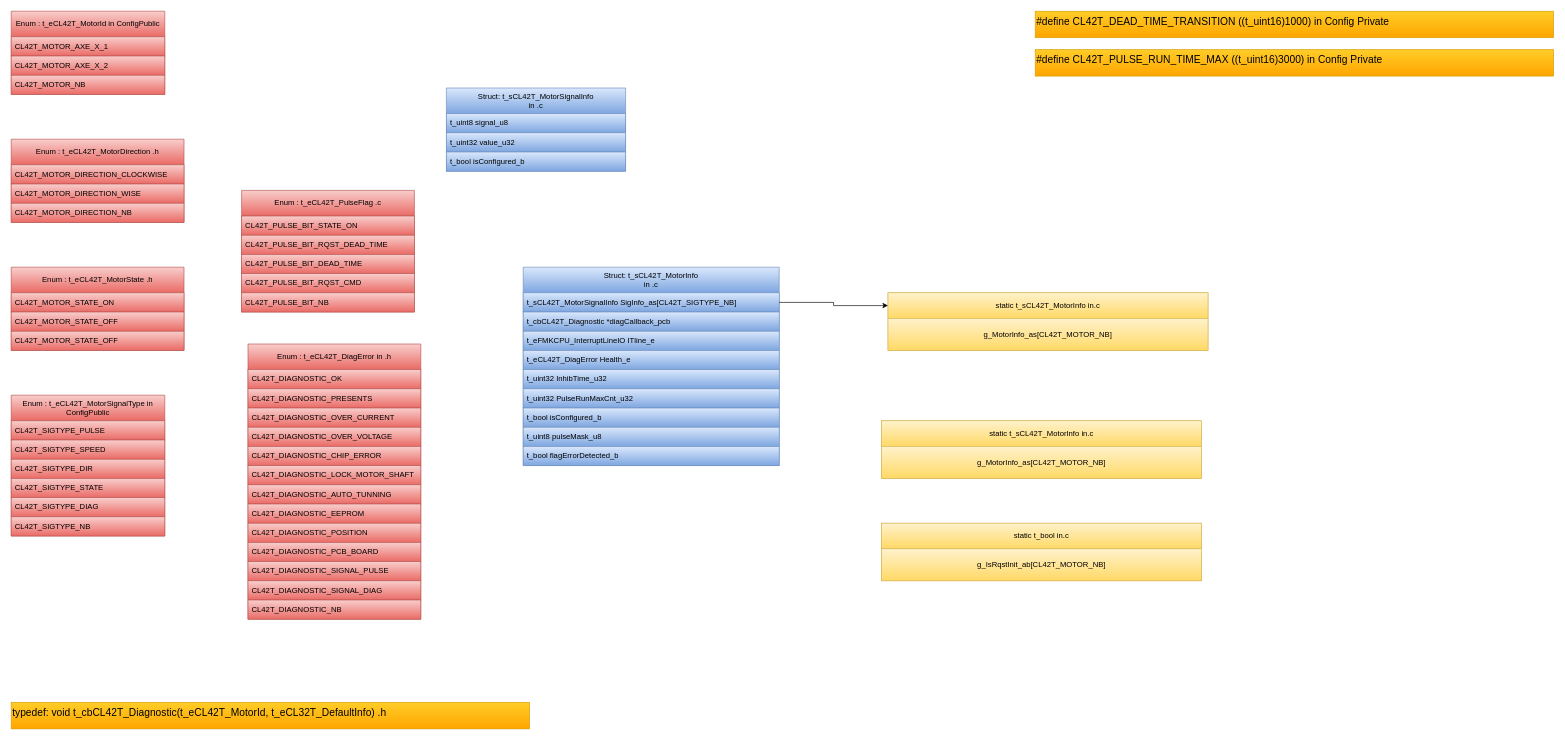
This is page "Type" (1 of 21) of src/2_DRV/Motor/CL42T/Doc/Design/CL42T_Architecture.drawio from mbarbeau0545/PickersRobotPOC, a draw.io file, before an edit. Source tidied: cells renumbered, new cells numbered last; positions are measured from the earlier drawing's top-left corner, leaving out a move shared by most shapes. Both pictures are drawn from the tidied source at 64%, with x=0, y=0 at pixel (11, 11).
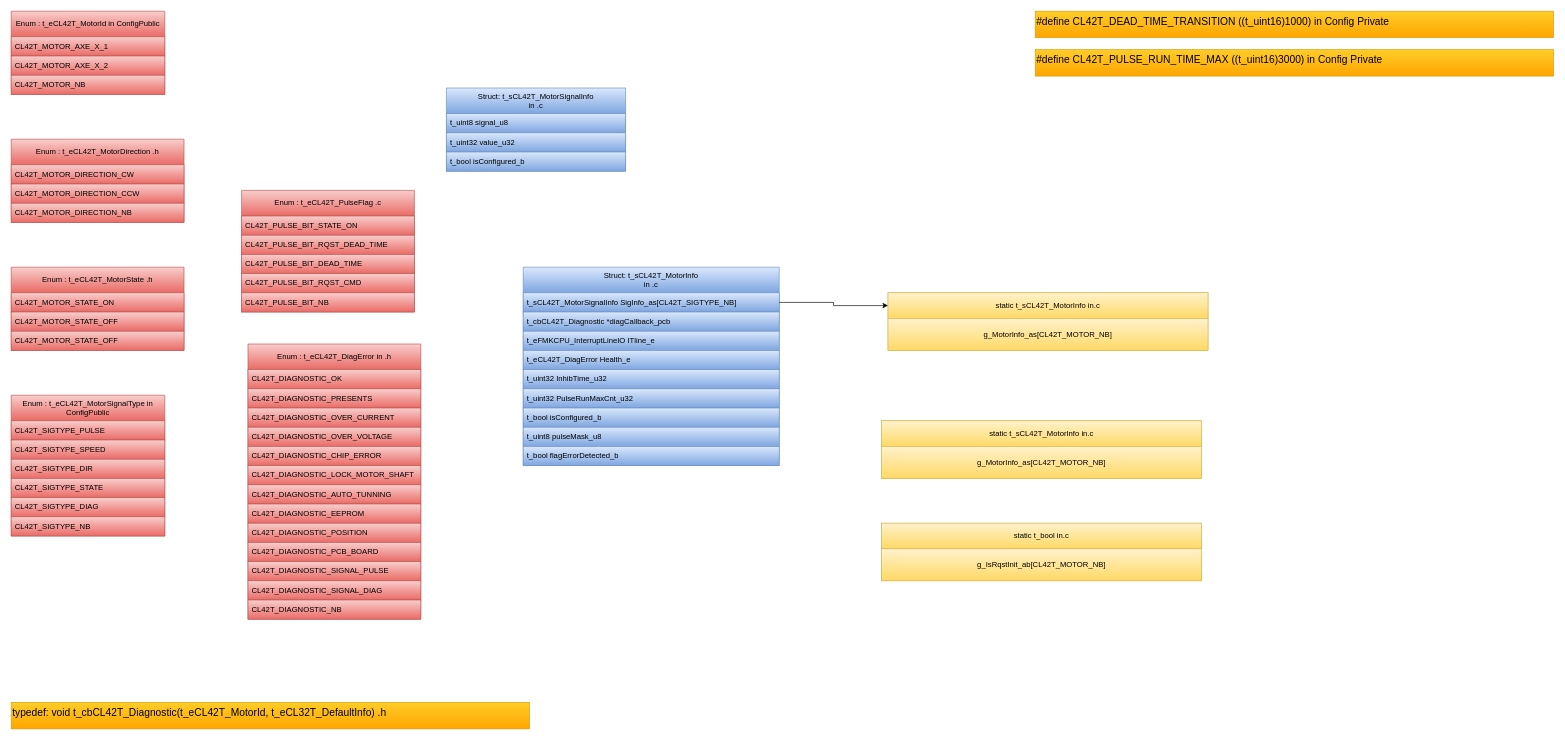
The same page after the edit.

Unchanged cells that the change refers to:
```xml
<mxCell id="6" value="Enum : t_eCL42T_MotorDirection .h" style="swimlane;fontStyle=0;horizontal=1;startSize=40;whiteSpace=wrap;html=1;fillColor=#f8cecc;gradientColor=#ea6b66;strokeColor=#b85450;fontColor=#000000;" parent="1" vertex="1">
  <mxGeometry y="200" width="270" height="130" as="geometry" />
</mxCell>
```

What changed in the source:
```diff
@@
-    <mxCell id="7" value="CL42T_MOTOR_DIRECTION_CLOCKWISE" style="text;strokeColor=#b85450;fillColor=#f8cecc;align=left;verticalAlign=middle;spacingLeft=4;spacingRight=4;overflow=hidden;whiteSpace=wrap;html=1;gradientColor=#ea6b66;fontColor=#000000;" parent="6" vertex="1">
+    <mxCell id="7" value="CL42T_MOTOR_DIRECTION_CW" style="text;strokeColor=#b85450;fillColor=#f8cecc;align=left;verticalAlign=middle;spacingLeft=4;spacingRight=4;overflow=hidden;whiteSpace=wrap;html=1;gradientColor=#ea6b66;fontColor=#000000;" parent="6" vertex="1">
       <mxGeometry y="40" width="270" height="30" as="geometry" />
     </mxCell>
-    <mxCell id="8" value="CL42T_MOTOR_DIRECTION_WISE" style="text;strokeColor=#b85450;fillColor=#f8cecc;align=left;verticalAlign=middle;spacingLeft=4;spacingRight=4;overflow=hidden;whiteSpace=wrap;html=1;gradientColor=#ea6b66;fontColor=#000000;" parent="6" vertex="1">
+    <mxCell id="8" value="CL42T_MOTOR_DIRECTION_CCW" style="text;strokeColor=#b85450;fillColor=#f8cecc;align=left;verticalAlign=middle;spacingLeft=4;spacingRight=4;overflow=hidden;whiteSpace=wrap;html=1;gradientColor=#ea6b66;fontColor=#000000;" parent="6" vertex="1">
       <mxGeometry y="70" width="270" height="30" as="geometry" />
     </mxCell>
```
